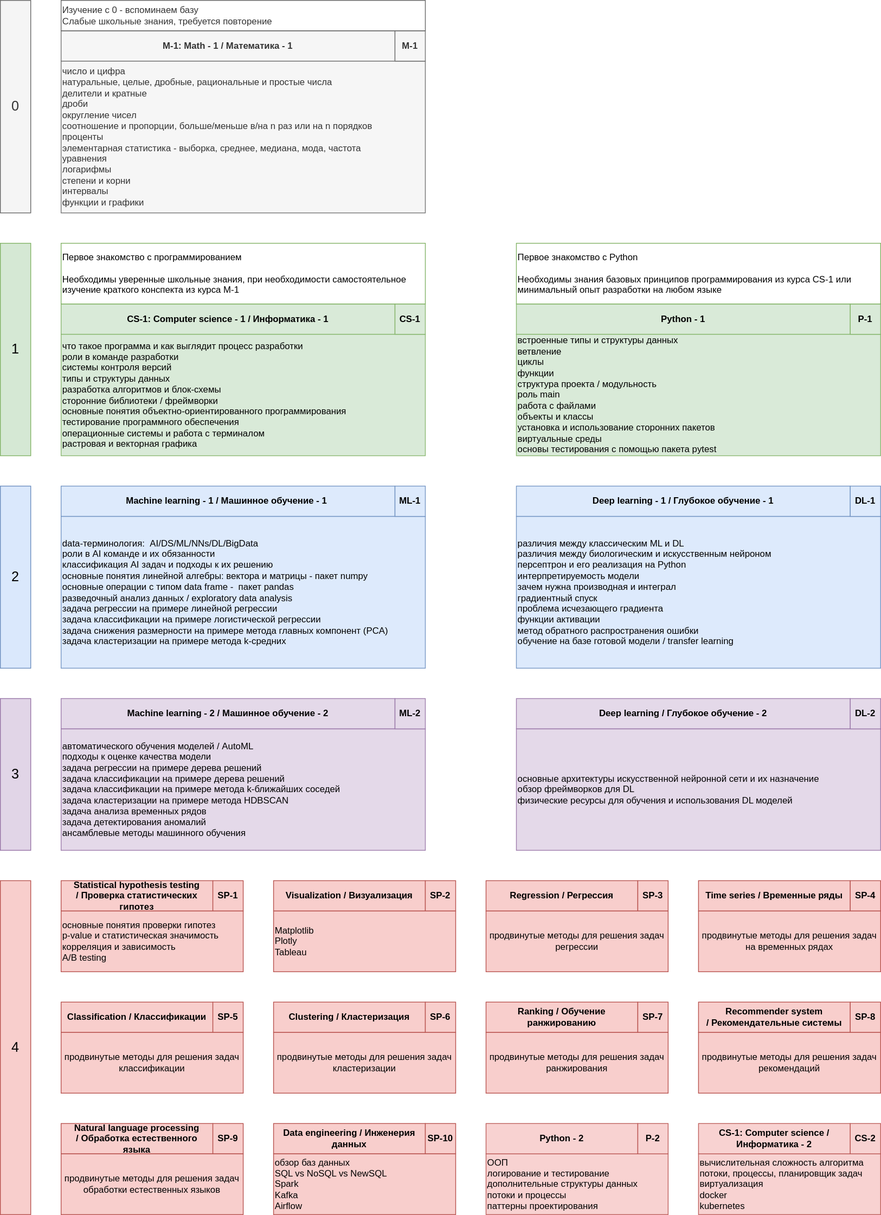
Above: courses.drawio.svg in ryndovaira-org/data_science_lectures (draw.io), before the change. Source tidied: cells renumbered, new cells last; positions are measured from the earlier drawing's top-left corner, leaving out a move shared by most shapes.
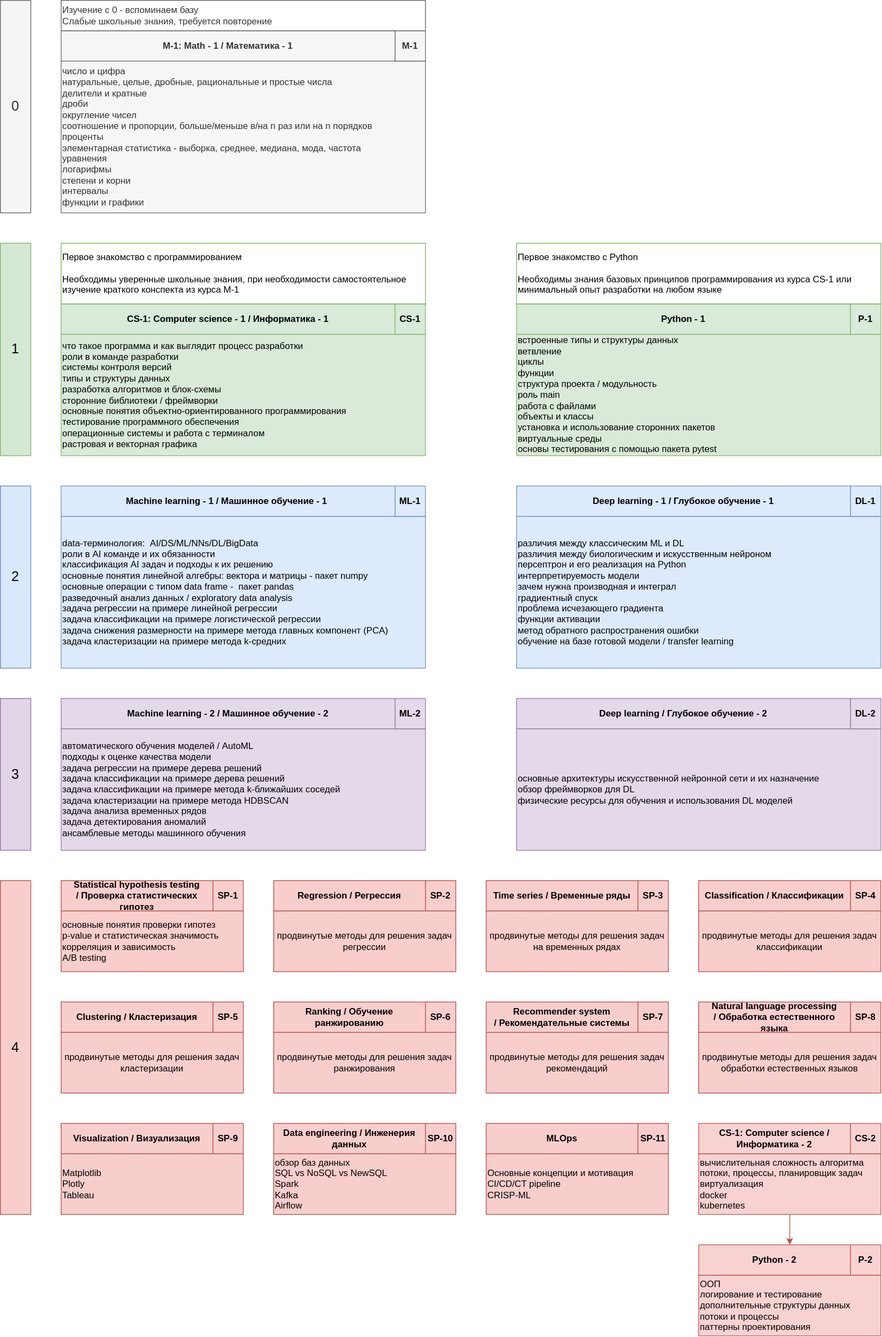
After the change.

What changed in the source:
```diff
@@ -66,7 +66,7 @@
       <mxGeometry x="520" y="920" width="40" height="40" as="geometry" />
     </mxCell>
     <mxCell id="23" value="Classification / Классификации" style="rounded=0;whiteSpace=wrap;html=1;fillColor=#f8cecc;strokeColor=#b85450;fontStyle=1;" parent="1" vertex="1">
-      <mxGeometry x="80" y="1320" width="200" height="40" as="geometry" />
+      <mxGeometry x="920" y="1160" width="200" height="40" as="geometry" />
     </mxCell>
     <mxCell id="24" value="0" style="rounded=0;whiteSpace=wrap;html=1;fillColor=#f5f5f5;fontColor=#333333;strokeColor=#666666;fontSize=18;" parent="1" vertex="1">
       <mxGeometry width="40" height="280" as="geometry" />
@@ -86,29 +86,29 @@
     <mxCell id="29" value="DL-2" style="rounded=0;whiteSpace=wrap;html=1;fillColor=#e1d5e7;strokeColor=#9673a6;opacity=90;fontStyle=1;" parent="1" vertex="1">
       <mxGeometry x="1120" y="920" width="40" height="40" as="geometry" />
     </mxCell>
-    <mxCell id="30" value="SP-5" style="rounded=0;whiteSpace=wrap;html=1;fillColor=#f8cecc;strokeColor=#b85450;fontStyle=1;" parent="1" vertex="1">
-      <mxGeometry x="280" y="1320" width="40" height="40" as="geometry" />
+    <mxCell id="30" value="SP-4" style="rounded=0;whiteSpace=wrap;html=1;fillColor=#f8cecc;strokeColor=#b85450;fontStyle=1;" parent="1" vertex="1">
+      <mxGeometry x="1120" y="1160" width="40" height="40" as="geometry" />
     </mxCell>
     <mxCell id="31" value="Visualization / Визуализация" style="rounded=0;whiteSpace=wrap;html=1;fillColor=#f8cecc;strokeColor=#b85450;fontStyle=1;" parent="1" vertex="1">
-      <mxGeometry x="360" y="1160" width="200" height="40" as="geometry" />
+      <mxGeometry x="80" y="1480" width="200" height="40" as="geometry" />
     </mxCell>
-    <mxCell id="32" value="SP-2" style="rounded=0;whiteSpace=wrap;html=1;fillColor=#f8cecc;strokeColor=#b85450;fontStyle=1;" parent="1" vertex="1">
-      <mxGeometry x="560" y="1160" width="40" height="40" as="geometry" />
+    <mxCell id="32" value="SP-9" style="rounded=0;whiteSpace=wrap;html=1;fillColor=#f8cecc;strokeColor=#b85450;fontStyle=1;" parent="1" vertex="1">
+      <mxGeometry x="280" y="1480" width="40" height="40" as="geometry" />
     </mxCell>
     <mxCell id="33" value="Matplotlib&lt;br&gt;Plotly&lt;br&gt;&lt;div style=&quot;&quot;&gt;&lt;span style=&quot;background-color: initial;&quot;&gt;Tableau&lt;/span&gt;&lt;/div&gt;" style="rounded=0;whiteSpace=wrap;html=1;fillColor=#f8cecc;strokeColor=#b85450;align=left;" parent="1" vertex="1">
-      <mxGeometry x="360" y="1200" width="240" height="80" as="geometry" />
+      <mxGeometry x="80" y="1520" width="240" height="80" as="geometry" />
     </mxCell>
     <mxCell id="34" value="продвинутые методы для решения задач классификации" style="rounded=0;whiteSpace=wrap;html=1;fillColor=#f8cecc;strokeColor=#b85450;" parent="1" vertex="1">
-      <mxGeometry x="80" y="1360" width="240" height="80" as="geometry" />
+      <mxGeometry x="920" y="1200" width="240" height="80" as="geometry" />
     </mxCell>
     <mxCell id="35" value="Regression / Регрессия" style="rounded=0;whiteSpace=wrap;html=1;fillColor=#f8cecc;strokeColor=#b85450;fontStyle=1;" parent="1" vertex="1">
-      <mxGeometry x="640" y="1160" width="200" height="40" as="geometry" />
+      <mxGeometry x="360" y="1160" width="200" height="40" as="geometry" />
     </mxCell>
-    <mxCell id="36" value="SP-3" style="rounded=0;whiteSpace=wrap;html=1;fillColor=#f8cecc;strokeColor=#b85450;fontStyle=1;" parent="1" vertex="1">
-      <mxGeometry x="840" y="1160" width="40" height="40" as="geometry" />
+    <mxCell id="36" value="SP-2" style="rounded=0;whiteSpace=wrap;html=1;fillColor=#f8cecc;strokeColor=#b85450;fontStyle=1;" parent="1" vertex="1">
+      <mxGeometry x="560" y="1160" width="40" height="40" as="geometry" />
     </mxCell>
     <mxCell id="37" value="продвинутые методы для решения задач регрессии" style="rounded=0;whiteSpace=wrap;html=1;fillColor=#f8cecc;strokeColor=#b85450;" parent="1" vertex="1">
-      <mxGeometry x="640" y="1200" width="240" height="80" as="geometry" />
+      <mxGeometry x="360" y="1200" width="240" height="80" as="geometry" />
     </mxCell>
     <mxCell id="38" value="Statistical hypothesis testing /&amp;nbsp;Проверка статистических гипотез" style="rounded=0;whiteSpace=wrap;html=1;fillColor=#f8cecc;strokeColor=#b85450;fontStyle=1;" parent="1" vertex="1">
       <mxGeometry x="80" y="1160" width="200" height="40" as="geometry" />
@@ -120,49 +120,49 @@
       <mxGeometry x="80" y="1200" width="240" height="80" as="geometry" />
     </mxCell>
     <mxCell id="41" value="Clustering / Кластеризация" style="rounded=0;whiteSpace=wrap;html=1;fillColor=#f8cecc;strokeColor=#b85450;fontStyle=1;" parent="1" vertex="1">
-      <mxGeometry x="360" y="1320" width="200" height="40" as="geometry" />
+      <mxGeometry x="80" y="1320" width="200" height="40" as="geometry" />
     </mxCell>
-    <mxCell id="42" value="SP-6" style="rounded=0;whiteSpace=wrap;html=1;fillColor=#f8cecc;strokeColor=#b85450;fontStyle=1;" parent="1" vertex="1">
-      <mxGeometry x="560" y="1320" width="40" height="40" as="geometry" />
+    <mxCell id="42" value="SP-5" style="rounded=0;whiteSpace=wrap;html=1;fillColor=#f8cecc;strokeColor=#b85450;fontStyle=1;" parent="1" vertex="1">
+      <mxGeometry x="280" y="1320" width="40" height="40" as="geometry" />
     </mxCell>
     <mxCell id="43" value="продвинутые методы для решения задач кластеризации" style="rounded=0;whiteSpace=wrap;html=1;fillColor=#f8cecc;strokeColor=#b85450;" parent="1" vertex="1">
-      <mxGeometry x="360" y="1360" width="240" height="80" as="geometry" />
+      <mxGeometry x="80" y="1360" width="240" height="80" as="geometry" />
     </mxCell>
     <mxCell id="44" value="Time series / Временные ряды" style="rounded=0;whiteSpace=wrap;html=1;fillColor=#f8cecc;strokeColor=#b85450;fontStyle=1;" parent="1" vertex="1">
-      <mxGeometry x="920" y="1160" width="200" height="40" as="geometry" />
+      <mxGeometry x="640" y="1160" width="200" height="40" as="geometry" />
     </mxCell>
-    <mxCell id="45" value="SP-4" style="rounded=0;whiteSpace=wrap;html=1;fillColor=#f8cecc;strokeColor=#b85450;fontStyle=1;" parent="1" vertex="1">
-      <mxGeometry x="1120" y="1160" width="40" height="40" as="geometry" />
+    <mxCell id="45" value="SP-3" style="rounded=0;whiteSpace=wrap;html=1;fillColor=#f8cecc;strokeColor=#b85450;fontStyle=1;" parent="1" vertex="1">
+      <mxGeometry x="840" y="1160" width="40" height="40" as="geometry" />
     </mxCell>
     <mxCell id="46" value="продвинутые методы для решения задач на временных рядах" style="rounded=0;whiteSpace=wrap;html=1;fillColor=#f8cecc;strokeColor=#b85450;" parent="1" vertex="1">
-      <mxGeometry x="920" y="1200" width="240" height="80" as="geometry" />
+      <mxGeometry x="640" y="1200" width="240" height="80" as="geometry" />
     </mxCell>
     <mxCell id="47" value="Ranking /&amp;nbsp;Обучение ранжированию" style="rounded=0;whiteSpace=wrap;html=1;fillColor=#f8cecc;strokeColor=#b85450;fontStyle=1;" parent="1" vertex="1">
-      <mxGeometry x="640" y="1320" width="200" height="40" as="geometry" />
+      <mxGeometry x="360" y="1320" width="200" height="40" as="geometry" />
     </mxCell>
-    <mxCell id="48" value="SP-7" style="rounded=0;whiteSpace=wrap;html=1;fillColor=#f8cecc;strokeColor=#b85450;fontStyle=1;" parent="1" vertex="1">
-      <mxGeometry x="840" y="1320" width="40" height="40" as="geometry" />
+    <mxCell id="48" value="SP-6" style="rounded=0;whiteSpace=wrap;html=1;fillColor=#f8cecc;strokeColor=#b85450;fontStyle=1;" parent="1" vertex="1">
+      <mxGeometry x="560" y="1320" width="40" height="40" as="geometry" />
     </mxCell>
     <mxCell id="49" value="продвинутые методы для решения задач ранжирования" style="rounded=0;whiteSpace=wrap;html=1;fillColor=#f8cecc;strokeColor=#b85450;" parent="1" vertex="1">
-      <mxGeometry x="640" y="1360" width="240" height="80" as="geometry" />
+      <mxGeometry x="360" y="1360" width="240" height="80" as="geometry" />
     </mxCell>
     <mxCell id="50" value="Recommender system /&amp;nbsp;Рекомендательные системы" style="rounded=0;whiteSpace=wrap;html=1;fillColor=#f8cecc;strokeColor=#b85450;fontStyle=1;" parent="1" vertex="1">
-      <mxGeometry x="920" y="1320" width="200" height="40" as="geometry" />
+      <mxGeometry x="640" y="1320" width="200" height="40" as="geometry" />
     </mxCell>
-    <mxCell id="51" value="SP-8" style="rounded=0;whiteSpace=wrap;html=1;fillColor=#f8cecc;strokeColor=#b85450;fontStyle=1;" parent="1" vertex="1">
-      <mxGeometry x="1120" y="1320" width="40" height="40" as="geometry" />
+    <mxCell id="51" value="SP-7" style="rounded=0;whiteSpace=wrap;html=1;fillColor=#f8cecc;strokeColor=#b85450;fontStyle=1;" parent="1" vertex="1">
+      <mxGeometry x="840" y="1320" width="40" height="40" as="geometry" />
     </mxCell>
     <mxCell id="52" value="продвинутые методы для решения задач рекомендаций" style="rounded=0;whiteSpace=wrap;html=1;fillColor=#f8cecc;strokeColor=#b85450;" parent="1" vertex="1">
-      <mxGeometry x="920" y="1360" width="240" height="80" as="geometry" />
+      <mxGeometry x="640" y="1360" width="240" height="80" as="geometry" />
     </mxCell>
     <mxCell id="53" value="Natural language processing /&amp;nbsp;Обработка естественного языка" style="rounded=0;whiteSpace=wrap;html=1;fillColor=#f8cecc;strokeColor=#b85450;fontStyle=1;" parent="1" vertex="1">
-      <mxGeometry x="80" y="1480" width="200" height="40" as="geometry" />
+      <mxGeometry x="920" y="1320" width="200" height="40" as="geometry" />
     </mxCell>
-    <mxCell id="54" value="SP-9" style="rounded=0;whiteSpace=wrap;html=1;fillColor=#f8cecc;strokeColor=#b85450;fontStyle=1;" parent="1" vertex="1">
-      <mxGeometry x="280" y="1480" width="40" height="40" as="geometry" />
+    <mxCell id="54" value="SP-8" style="rounded=0;whiteSpace=wrap;html=1;fillColor=#f8cecc;strokeColor=#b85450;fontStyle=1;" parent="1" vertex="1">
+      <mxGeometry x="1120" y="1320" width="40" height="40" as="geometry" />
     </mxCell>
     <mxCell id="55" value="продвинутые методы для решения задач обработки естественных языков" style="rounded=0;whiteSpace=wrap;html=1;fillColor=#f8cecc;strokeColor=#b85450;" parent="1" vertex="1">
-      <mxGeometry x="80" y="1520" width="240" height="80" as="geometry" />
+      <mxGeometry x="920" y="1360" width="240" height="80" as="geometry" />
     </mxCell>
     <mxCell id="56" value="Data engineering / Инженерия данных" style="rounded=0;whiteSpace=wrap;html=1;fillColor=#f8cecc;strokeColor=#b85450;fontStyle=1;" parent="1" vertex="1">
       <mxGeometry x="360" y="1480" width="200" height="40" as="geometry" />
@@ -173,29 +173,49 @@
     <mxCell id="58" value="обзор баз данных&lt;br&gt;SQL vs NoSQL vs NewSQL&lt;br&gt;Spark&lt;br&gt;Kafka&lt;br&gt;Airflow" style="rounded=0;whiteSpace=wrap;html=1;fillColor=#f8cecc;strokeColor=#b85450;align=left;" parent="1" vertex="1">
       <mxGeometry x="360" y="1520" width="240" height="80" as="geometry" />
     </mxCell>
+    <mxCell id="65" value="3" style="rounded=0;whiteSpace=wrap;html=1;fillColor=#e1d5e7;strokeColor=#9673a6;fontSize=18;" parent="1" vertex="1">
+      <mxGeometry y="920" width="40" height="200" as="geometry" />
+    </mxCell>
+    <mxCell id="66" value="4" style="rounded=0;whiteSpace=wrap;html=1;fillColor=#f8cecc;strokeColor=#b85450;fontSize=18;" parent="1" vertex="1">
+      <mxGeometry y="1160" width="40" height="440" as="geometry" />
+    </mxCell>
+    <mxCell id="67" value="MLOps" style="rounded=0;whiteSpace=wrap;html=1;fillColor=#f8cecc;strokeColor=#b85450;fontStyle=1;" parent="1" vertex="1">
+      <mxGeometry x="640" y="1480" width="200" height="40" as="geometry" />
+    </mxCell>
+    <mxCell id="68" value="SP-11" style="rounded=0;whiteSpace=wrap;html=1;fillColor=#f8cecc;strokeColor=#b85450;fontStyle=1;" parent="1" vertex="1">
+      <mxGeometry x="840" y="1480" width="40" height="40" as="geometry" />
+    </mxCell>
+    <mxCell id="69" value="Основные концепции и мотивация&lt;br&gt;CI/CD/CT pipeline&lt;br&gt;CRISP-ML&lt;br&gt;" style="rounded=0;whiteSpace=wrap;html=1;fillColor=#f8cecc;strokeColor=#b85450;align=left;" parent="1" vertex="1">
+      <mxGeometry x="640" y="1520" width="240" height="80" as="geometry" />
+    </mxCell>
+    <mxCell id="70" style="group;" parent="1" vertex="1">
+      <mxGeometry x="920" y="1640" width="240" height="120" as="geometry" />
+    </mxCell>
-    <mxCell id="59" value="&lt;div&gt;&lt;/div&gt;ООП&lt;br&gt;логирование и тестирование&lt;br&gt;дополнительные структуры данных&lt;br&gt;&lt;span style=&quot;background-color: initial;&quot;&gt;потоки и процессы&lt;/span&gt;&lt;br&gt;&lt;div&gt;&lt;span style=&quot;background-color: initial;&quot;&gt;паттерны проектирования&lt;/span&gt;&lt;br&gt;&lt;/div&gt;" style="rounded=0;whiteSpace=wrap;html=1;fillColor=#f8cecc;align=left;strokeColor=#b85450;opacity=90;" parent="1" vertex="1">
-      <mxGeometry x="640" y="1520" width="240" height="80" as="geometry" />
+    <mxCell id="59" value="&lt;div&gt;&lt;/div&gt;ООП&lt;br&gt;логирование и тестирование&lt;br&gt;дополнительные структуры данных&lt;br&gt;&lt;span style=&quot;background-color: initial;&quot;&gt;потоки и процессы&lt;/span&gt;&lt;br&gt;&lt;div&gt;&lt;span style=&quot;background-color: initial;&quot;&gt;паттерны проектирования&lt;/span&gt;&lt;br&gt;&lt;/div&gt;" style="rounded=0;whiteSpace=wrap;html=1;fillColor=#f8cecc;align=left;strokeColor=#b85450;opacity=90;" parent="70" vertex="1">
+      <mxGeometry y="40" width="240" height="80" as="geometry" />
     </mxCell>
-    <mxCell id="60" value="Python - 2" style="rounded=0;whiteSpace=wrap;html=1;fillColor=#f8cecc;strokeColor=#b85450;opacity=90;fontStyle=1;" parent="1" vertex="1">
-      <mxGeometry x="640" y="1480" width="200" height="40" as="geometry" />
+    <mxCell id="60" value="Python - 2" style="rounded=0;whiteSpace=wrap;html=1;fillColor=#f8cecc;strokeColor=#b85450;opacity=90;fontStyle=1;" parent="70" vertex="1">
+      <mxGeometry width="200" height="40" as="geometry" />
     </mxCell>
-    <mxCell id="61" value="P-2" style="rounded=0;whiteSpace=wrap;html=1;fillColor=#f8cecc;strokeColor=#b85450;opacity=90;fontStyle=1;" parent="1" vertex="1">
-      <mxGeometry x="840" y="1480" width="40" height="40" as="geometry" />
+    <mxCell id="61" value="P-2" style="rounded=0;whiteSpace=wrap;html=1;fillColor=#f8cecc;strokeColor=#b85450;opacity=90;fontStyle=1;" parent="70" vertex="1">
+      <mxGeometry x="200" width="40" height="40" as="geometry" />
     </mxCell>
+    <mxCell id="71" style="group;" parent="1" vertex="1">
+      <mxGeometry x="920" y="1480" width="240" height="120" as="geometry" />
+    </mxCell>
-    <mxCell id="62" value="&lt;div&gt;вычислительная сложность алгоритма&lt;/div&gt;&lt;span style=&quot;background-color: initial;&quot;&gt;потоки, процессы, планировщик задач&lt;/span&gt;&lt;br&gt;&lt;div&gt;&lt;span style=&quot;background-color: initial;&quot;&gt;виртуализация&lt;/span&gt;&lt;br&gt;&lt;/div&gt;&lt;div&gt;&lt;span style=&quot;background-color: initial;&quot;&gt;docker&lt;/span&gt;&lt;/div&gt;&lt;div&gt;kubernetes&lt;br&gt;&lt;/div&gt;" style="rounded=0;whiteSpace=wrap;html=1;fillColor=#f8cecc;align=left;strokeColor=#b85450;opacity=90;" parent="1" vertex="1">
-      <mxGeometry x="920" y="1520" width="240" height="80" as="geometry" />
+    <mxCell id="62" value="&lt;div&gt;вычислительная сложность алгоритма&lt;/div&gt;&lt;span style=&quot;background-color: initial;&quot;&gt;потоки, процессы, планировщик задач&lt;/span&gt;&lt;br&gt;&lt;div&gt;&lt;span style=&quot;background-color: initial;&quot;&gt;виртуализация&lt;/span&gt;&lt;br&gt;&lt;/div&gt;&lt;div&gt;&lt;span style=&quot;background-color: initial;&quot;&gt;docker&lt;/span&gt;&lt;/div&gt;&lt;div&gt;kubernetes&lt;br&gt;&lt;/div&gt;" style="rounded=0;whiteSpace=wrap;html=1;fillColor=#f8cecc;align=left;strokeColor=#b85450;opacity=90;" parent="71" vertex="1">
+      <mxGeometry y="40" width="240" height="80" as="geometry" />
     </mxCell>
-    <mxCell id="63" value="CS-1: Computer science / Информатика - 2" style="rounded=0;whiteSpace=wrap;html=1;fillColor=#f8cecc;strokeColor=#b85450;opacity=90;fontStyle=1;" parent="1" vertex="1">
-      <mxGeometry x="920" y="1480" width="200" height="40" as="geometry" />
+    <mxCell id="63" value="CS-1: Computer science / Информатика - 2" style="rounded=0;whiteSpace=wrap;html=1;fillColor=#f8cecc;strokeColor=#b85450;opacity=90;fontStyle=1;" parent="71" vertex="1">
+      <mxGeometry width="200" height="40" as="geometry" />
     </mxCell>
-    <mxCell id="64" value="CS-2" style="rounded=0;whiteSpace=wrap;html=1;fillColor=#f8cecc;strokeColor=#b85450;opacity=90;fontStyle=1;" parent="1" vertex="1">
-      <mxGeometry x="1120" y="1480" width="40" height="40" as="geometry" />
+    <mxCell id="64" value="CS-2" style="rounded=0;whiteSpace=wrap;html=1;fillColor=#f8cecc;strokeColor=#b85450;opacity=90;fontStyle=1;" parent="71" vertex="1">
+      <mxGeometry x="200" width="40" height="40" as="geometry" />
     </mxCell>
-    <mxCell id="65" value="3" style="rounded=0;whiteSpace=wrap;html=1;fillColor=#e1d5e7;strokeColor=#9673a6;fontSize=18;" parent="1" vertex="1">
-      <mxGeometry y="920" width="40" height="200" as="geometry" />
-    </mxCell>
-    <mxCell id="66" value="4" style="rounded=0;whiteSpace=wrap;html=1;fillColor=#f8cecc;strokeColor=#b85450;fontSize=18;" parent="1" vertex="1">
-      <mxGeometry y="1160" width="40" height="440" as="geometry" />
-    </mxCell>
+    <mxCell id="72" style="edgeStyle=orthogonalEdgeStyle;rounded=0;jettySize=auto;html=1;exitX=0.5;exitY=1;exitDx=0;exitDy=0;fillColor=#f8cecc;strokeColor=#b85450;" parent="1" edge="1" source="62">
+      <mxGeometry relative="1" as="geometry">
+        <mxPoint x="1040" y="1640" as="targetPoint" />
+      </mxGeometry>
+    </mxCell>
   </root>
 </mxGraphModel>
```
